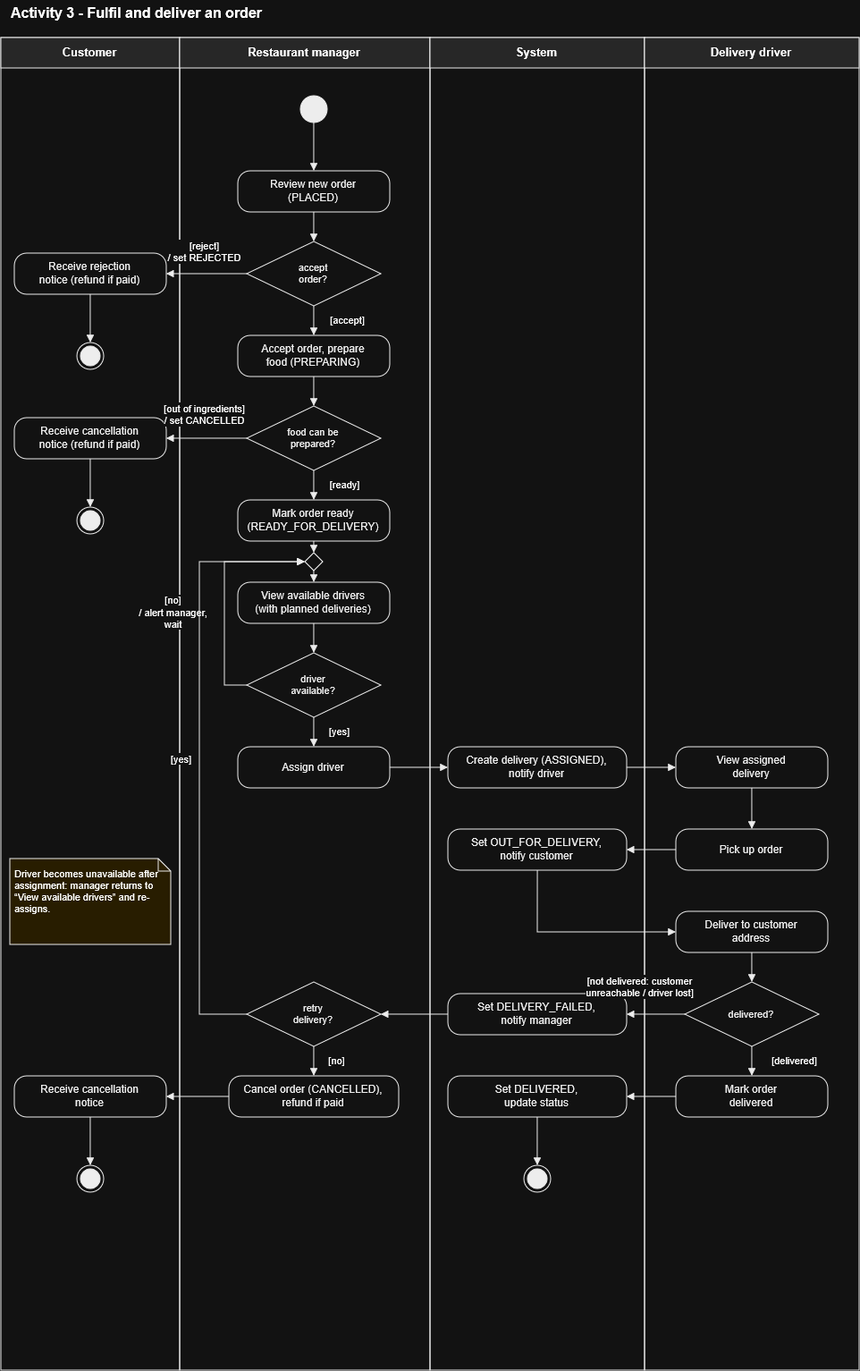
Earlier version of the draw.io export Activity Diagrams/Activity_3_Fulfil_and_deliver_order.png (Lukap42/SWE1_Project). Source tidied: cells renumbered, new cells last; positions are measured from the earlier drawing's top-left corner, leaving out a move shared by most shapes.
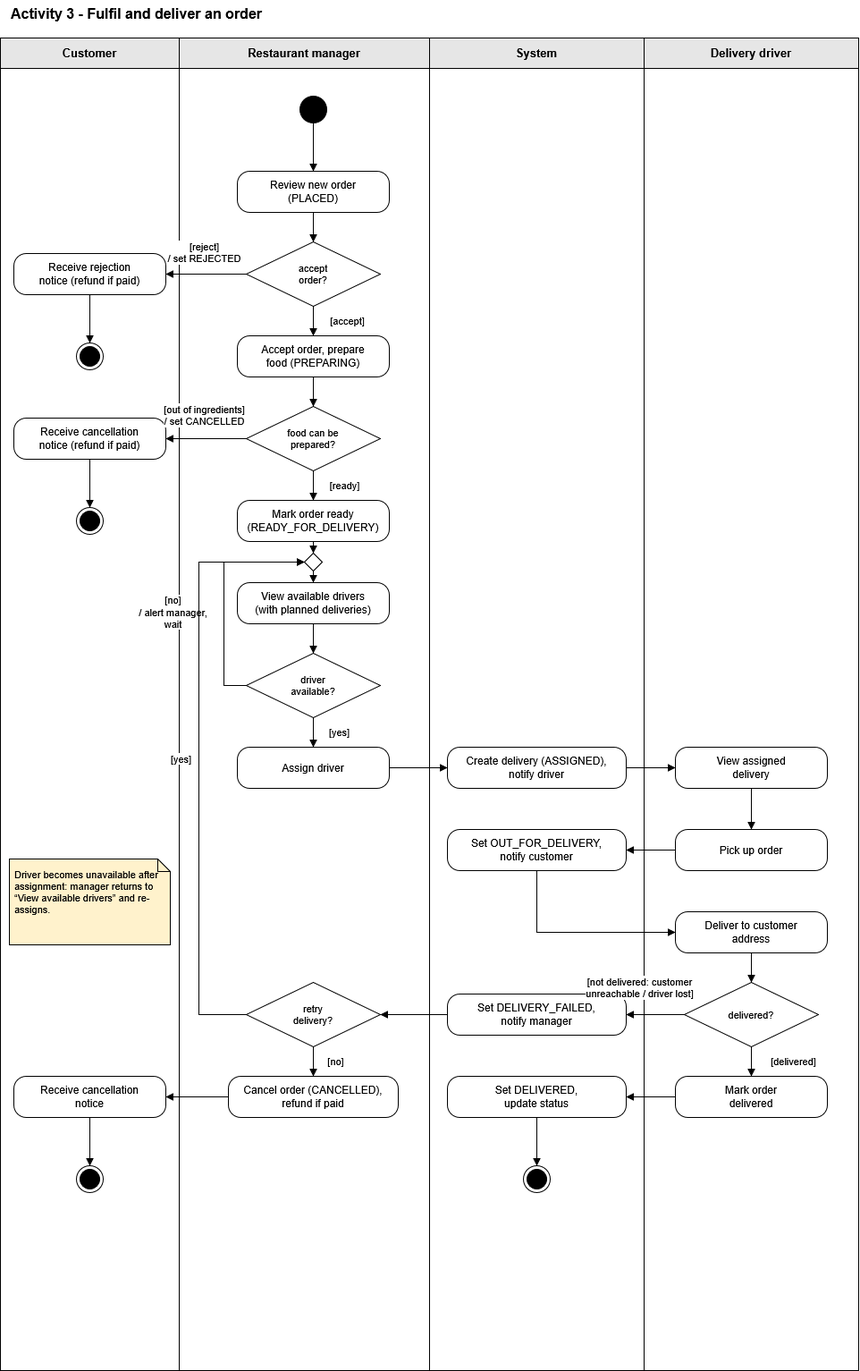
The same diagram one commit later.

Change to the diagram source:
```diff
@@ -5,36 +5,36 @@
     <mxCell id="2" value="Activity 3 - Fulfil and deliver an order" style="text;html=1;align=left;verticalAlign=middle;fontSize=16;fontStyle=1;" parent="1" vertex="1">
       <mxGeometry x="10.4" y="0.5" width="700" height="30" as="geometry" />
     </mxCell>
-    <mxCell id="3" style="rounded=0;whiteSpace=wrap;html=1;fillColor=none;strokeColor=#000000;" parent="1" vertex="1">
-      <mxGeometry x="0.4" y="42.5" width="200" height="1490" as="geometry" />
-    </mxCell>
+    <mxCell id="69" style="rounded=0;whiteSpace=wrap;html=1;fillColor=none;strokeColor=#000000;" parent="1" vertex="1">
+      <mxGeometry x="0.4" y="42.5" width="200" height="1490" as="geometry" />
+    </mxCell>
     <mxCell id="4" value="Customer" style="rounded=0;whiteSpace=wrap;html=1;fillColor=#E6E6E6;strokeColor=#000000;fontStyle=1;fontSize=13;" parent="1" vertex="1">
       <mxGeometry x="0.4" y="42.5" width="200" height="34" as="geometry" />
     </mxCell>
-    <mxCell id="5" style="rounded=0;whiteSpace=wrap;html=1;fillColor=none;strokeColor=#000000;" parent="1" vertex="1">
-      <mxGeometry x="200.4" y="42.5" width="280" height="1490" as="geometry" />
-    </mxCell>
+    <mxCell id="70" style="rounded=0;whiteSpace=wrap;html=1;fillColor=none;strokeColor=#000000;" parent="1" vertex="1">
+      <mxGeometry x="200.4" y="42.5" width="280" height="1490" as="geometry" />
+    </mxCell>
     <mxCell id="6" value="Restaurant manager" style="rounded=0;whiteSpace=wrap;html=1;fillColor=#E6E6E6;strokeColor=#000000;fontStyle=1;fontSize=13;" parent="1" vertex="1">
       <mxGeometry x="200.4" y="42.5" width="280" height="34" as="geometry" />
     </mxCell>
-    <mxCell id="7" style="rounded=0;whiteSpace=wrap;html=1;fillColor=none;strokeColor=#000000;" parent="1" vertex="1">
-      <mxGeometry x="480.4" y="42.5" width="240" height="1490" as="geometry" />
-    </mxCell>
+    <mxCell id="71" style="rounded=0;whiteSpace=wrap;html=1;fillColor=none;strokeColor=#000000;" parent="1" vertex="1">
+      <mxGeometry x="480.4" y="42.5" width="240" height="1490" as="geometry" />
+    </mxCell>
     <mxCell id="8" value="System" style="rounded=0;whiteSpace=wrap;html=1;fillColor=#E6E6E6;strokeColor=#000000;fontStyle=1;fontSize=13;" parent="1" vertex="1">
       <mxGeometry x="480.4" y="42.5" width="240" height="34" as="geometry" />
     </mxCell>
-    <mxCell id="9" style="rounded=0;whiteSpace=wrap;html=1;fillColor=none;strokeColor=#000000;" parent="1" vertex="1">
-      <mxGeometry x="720.4" y="42.5" width="240" height="1490" as="geometry" />
-    </mxCell>
+    <mxCell id="72" style="rounded=0;whiteSpace=wrap;html=1;fillColor=none;strokeColor=#000000;" parent="1" vertex="1">
+      <mxGeometry x="720.4" y="42.5" width="240" height="1490" as="geometry" />
+    </mxCell>
     <mxCell id="10" value="Delivery driver" style="rounded=0;whiteSpace=wrap;html=1;fillColor=#E6E6E6;strokeColor=#000000;fontStyle=1;fontSize=13;" parent="1" vertex="1">
       <mxGeometry x="720.4" y="42.5" width="240" height="34" as="geometry" />
     </mxCell>
     <mxCell id="11" value="Driver becomes unavailable after assignment: manager returns to “View available drivers” and re-assigns." style="shape=note;whiteSpace=wrap;html=1;align=left;verticalAlign=top;spacing=6;fontSize=11;fillColor=#FFF2CC;strokeColor=#000000;size=14;" parent="1" vertex="1">
       <mxGeometry x="10.4" y="960.5" width="180" height="96" as="geometry" />
     </mxCell>
-    <mxCell id="12" style="ellipse;html=1;fillColor=#000000;strokeColor=#000000;" parent="1" vertex="1">
-      <mxGeometry x="335.4" y="107.5" width="30" height="30" as="geometry" />
-    </mxCell>
+    <mxCell id="73" style="ellipse;html=1;fillColor=#000000;strokeColor=#000000;" parent="1" vertex="1">
+      <mxGeometry x="335.4" y="107.5" width="30" height="30" as="geometry" />
+    </mxCell>
     <mxCell id="13" value="Review new order&lt;br&gt;(PLACED)" style="rounded=1;arcSize=30;whiteSpace=wrap;html=1;fillColor=#FFFFFF;strokeColor=#000000;fontColor=#000000;fontSize=12;" parent="1" vertex="1">
       <mxGeometry x="265.4" y="191.5" width="170" height="46" as="geometry" />
     </mxCell>
@@ -44,9 +44,9 @@
     <mxCell id="15" value="Receive rejection&lt;br&gt;notice (refund if paid)" style="rounded=1;arcSize=30;whiteSpace=wrap;html=1;fillColor=#FFFFFF;strokeColor=#000000;fontColor=#000000;fontSize=12;" parent="1" vertex="1">
       <mxGeometry x="15.4" y="283.5" width="170" height="46" as="geometry" />
     </mxCell>
-    <mxCell id="16" style="ellipse;html=1;shape=endState;fillColor=#000000;strokeColor=#000000;" parent="1" vertex="1">
-      <mxGeometry x="85.4" y="383.5" width="30" height="30" as="geometry" />
-    </mxCell>
+    <mxCell id="74" style="ellipse;html=1;shape=endState;fillColor=#000000;strokeColor=#000000;" parent="1" vertex="1">
+      <mxGeometry x="85.4" y="383.5" width="30" height="30" as="geometry" />
+    </mxCell>
     <mxCell id="17" value="Accept order, prepare&lt;br&gt;food (PREPARING)" style="rounded=1;arcSize=30;whiteSpace=wrap;html=1;fillColor=#FFFFFF;strokeColor=#000000;fontColor=#000000;fontSize=12;" parent="1" vertex="1">
       <mxGeometry x="265.4" y="375.5" width="170" height="46" as="geometry" />
     </mxCell>
@@ -56,9 +56,9 @@
     <mxCell id="19" value="Receive cancellation&lt;br&gt;notice (refund if paid)" style="rounded=1;arcSize=30;whiteSpace=wrap;html=1;fillColor=#FFFFFF;strokeColor=#000000;fontColor=#000000;fontSize=12;" parent="1" vertex="1">
       <mxGeometry x="15.4" y="467.5" width="170" height="46" as="geometry" />
     </mxCell>
-    <mxCell id="20" style="ellipse;html=1;shape=endState;fillColor=#000000;strokeColor=#000000;" parent="1" vertex="1">
-      <mxGeometry x="85.4" y="567.5" width="30" height="30" as="geometry" />
-    </mxCell>
+    <mxCell id="75" style="ellipse;html=1;shape=endState;fillColor=#000000;strokeColor=#000000;" parent="1" vertex="1">
+      <mxGeometry x="85.4" y="567.5" width="30" height="30" as="geometry" />
+    </mxCell>
     <mxCell id="21" value="Mark order ready&lt;br&gt;(READY_FOR_DELIVERY)" style="rounded=1;arcSize=30;whiteSpace=wrap;html=1;fillColor=#FFFFFF;strokeColor=#000000;fontColor=#000000;fontSize=12;" parent="1" vertex="1">
       <mxGeometry x="265.4" y="559.5" width="170" height="46" as="geometry" />
     </mxCell>
@@ -95,9 +95,9 @@
     <mxCell id="32" value="Set DELIVERED,&lt;br&gt;update status" style="rounded=1;arcSize=30;whiteSpace=wrap;html=1;fillColor=#FFFFFF;strokeColor=#000000;fontColor=#000000;fontSize=12;" parent="1" vertex="1">
       <mxGeometry x="500.4" y="1203.5" width="200" height="46" as="geometry" />
     </mxCell>
-    <mxCell id="33" style="ellipse;html=1;shape=endState;fillColor=#000000;strokeColor=#000000;" parent="1" vertex="1">
-      <mxGeometry x="585.4" y="1303.5" width="30" height="30" as="geometry" />
-    </mxCell>
+    <mxCell id="76" style="ellipse;html=1;shape=endState;fillColor=#000000;strokeColor=#000000;" parent="1" vertex="1">
+      <mxGeometry x="585.4" y="1303.5" width="30" height="30" as="geometry" />
+    </mxCell>
     <mxCell id="34" value="Set DELIVERY_FAILED,&lt;br&gt;notify manager" style="rounded=1;arcSize=30;whiteSpace=wrap;html=1;fillColor=#FFFFFF;strokeColor=#000000;fontColor=#000000;fontSize=12;" parent="1" vertex="1">
       <mxGeometry x="500.4" y="1111.5" width="200" height="46" as="geometry" />
     </mxCell>
@@ -110,12 +110,12 @@
     <mxCell id="37" value="Receive cancellation&lt;br&gt;notice" style="rounded=1;arcSize=30;whiteSpace=wrap;html=1;fillColor=#FFFFFF;strokeColor=#000000;fontColor=#000000;fontSize=12;" parent="1" vertex="1">
       <mxGeometry x="15.4" y="1203.5" width="170" height="46" as="geometry" />
     </mxCell>
-    <mxCell id="38" style="ellipse;html=1;shape=endState;fillColor=#000000;strokeColor=#000000;" parent="1" vertex="1">
-      <mxGeometry x="85.4" y="1303.5" width="30" height="30" as="geometry" />
-    </mxCell>
-    <mxCell id="39" style="edgeStyle=orthogonalEdgeStyle;rounded=0;html=1;jettySize=auto;strokeColor=#000000;endArrow=block;endFill=1;fontSize=11;labelBackgroundColor=#FFFFFF;exitX=0.5000;exitY=1.0000;exitDx=0;exitDy=0;entryX=0.5000;entryY=0.0000;entryDx=0;entryDy=0;" parent="1" edge="1" source="12" target="13">
-      <mxGeometry relative="1" as="geometry" />
-    </mxCell>
+    <mxCell id="77" style="ellipse;html=1;shape=endState;fillColor=#000000;strokeColor=#000000;" parent="1" vertex="1">
+      <mxGeometry x="85.4" y="1303.5" width="30" height="30" as="geometry" />
+    </mxCell>
+    <mxCell id="78" style="edgeStyle=orthogonalEdgeStyle;rounded=0;html=1;jettySize=auto;strokeColor=#000000;endArrow=block;endFill=1;fontSize=11;labelBackgroundColor=#FFFFFF;exitX=0.5000;exitY=1.0000;exitDx=0;exitDy=0;entryX=0.5000;entryY=0.0000;entryDx=0;entryDy=0;" parent="1" edge="1" source="73" target="13">
+      <mxGeometry relative="1" as="geometry" />
+    </mxCell>
     <mxCell id="40" style="edgeStyle=orthogonalEdgeStyle;rounded=0;html=1;jettySize=auto;strokeColor=#000000;endArrow=block;endFill=1;fontSize=11;labelBackgroundColor=#FFFFFF;exitX=0.5000;exitY=1.0000;exitDx=0;exitDy=0;entryX=0.5000;entryY=0.0000;entryDx=0;entryDy=0;" parent="1" edge="1" source="13" target="14">
       <mxGeometry relative="1" as="geometry" />
     </mxCell>
@@ -124,9 +124,9 @@
         <mxPoint y="-24" as="offset" />
       </mxGeometry>
     </mxCell>
-    <mxCell id="42" style="edgeStyle=orthogonalEdgeStyle;rounded=0;html=1;jettySize=auto;strokeColor=#000000;endArrow=block;endFill=1;fontSize=11;labelBackgroundColor=#FFFFFF;exitX=0.5000;exitY=1.0000;exitDx=0;exitDy=0;entryX=0.5000;entryY=0.0000;entryDx=0;entryDy=0;" parent="1" edge="1" source="15" target="16">
-      <mxGeometry relative="1" as="geometry" />
-    </mxCell>
+    <mxCell id="79" style="edgeStyle=orthogonalEdgeStyle;rounded=0;html=1;jettySize=auto;strokeColor=#000000;endArrow=block;endFill=1;fontSize=11;labelBackgroundColor=#FFFFFF;exitX=0.5000;exitY=1.0000;exitDx=0;exitDy=0;entryX=0.5000;entryY=0.0000;entryDx=0;entryDy=0;" parent="1" edge="1" source="15" target="74">
+      <mxGeometry relative="1" as="geometry" />
+    </mxCell>
     <mxCell id="43" value="[accept]" style="edgeStyle=orthogonalEdgeStyle;rounded=0;html=1;jettySize=auto;strokeColor=#000000;endArrow=block;endFill=1;fontSize=11;labelBackgroundColor=#FFFFFF;exitX=0.5000;exitY=1.0000;exitDx=0;exitDy=0;entryX=0.5000;entryY=0.0000;entryDx=0;entryDy=0;" parent="1" edge="1" source="14" target="17">
       <mxGeometry x="-0.06" relative="1" as="geometry">
         <mxPoint x="37.8" as="offset" />
@@ -140,21 +140,21 @@
         <mxPoint y="-26" as="offset" />
       </mxGeometry>
     </mxCell>
-    <mxCell id="46" style="edgeStyle=orthogonalEdgeStyle;rounded=0;html=1;jettySize=auto;strokeColor=#000000;endArrow=block;endFill=1;fontSize=11;labelBackgroundColor=#FFFFFF;exitX=0.5000;exitY=1.0000;exitDx=0;exitDy=0;entryX=0.5000;entryY=0.0000;entryDx=0;entryDy=0;" parent="1" edge="1" source="19" target="20">
-      <mxGeometry relative="1" as="geometry" />
-    </mxCell>
+    <mxCell id="80" style="edgeStyle=orthogonalEdgeStyle;rounded=0;html=1;jettySize=auto;strokeColor=#000000;endArrow=block;endFill=1;fontSize=11;labelBackgroundColor=#FFFFFF;exitX=0.5000;exitY=1.0000;exitDx=0;exitDy=0;entryX=0.5000;entryY=0.0000;entryDx=0;entryDy=0;" parent="1" edge="1" source="19" target="75">
+      <mxGeometry relative="1" as="geometry" />
+    </mxCell>
     <mxCell id="47" value="[ready]" style="edgeStyle=orthogonalEdgeStyle;rounded=0;html=1;jettySize=auto;strokeColor=#000000;endArrow=block;endFill=1;fontSize=11;labelBackgroundColor=#FFFFFF;exitX=0.5000;exitY=1.0000;exitDx=0;exitDy=0;entryX=0.5000;entryY=0.0000;entryDx=0;entryDy=0;" parent="1" edge="1" source="18" target="21">
       <mxGeometry x="-0.06" relative="1" as="geometry">
         <mxPoint x="34.7" as="offset" />
       </mxGeometry>
     </mxCell>
-    <mxCell id="48" style="edgeStyle=orthogonalEdgeStyle;rounded=0;html=1;jettySize=auto;strokeColor=#000000;endArrow=block;endFill=1;fontSize=11;labelBackgroundColor=#FFFFFF;exitX=0.5;exitY=1;entryX=0.5;entryY=0;" parent="1" edge="1" source="21" target="67">
-      <mxGeometry relative="1" as="geometry" />
-    </mxCell>
+    <mxCell id="81" style="edgeStyle=orthogonalEdgeStyle;rounded=0;html=1;jettySize=auto;strokeColor=#000000;endArrow=block;endFill=1;fontSize=11;labelBackgroundColor=#FFFFFF;exitX=0.5;exitY=1;entryX=0.5;entryY=0;" parent="1" edge="1" source="21" target="84">
+      <mxGeometry relative="1" as="geometry" />
+    </mxCell>
     <mxCell id="49" style="edgeStyle=orthogonalEdgeStyle;rounded=0;html=1;jettySize=auto;strokeColor=#000000;endArrow=block;endFill=1;fontSize=11;labelBackgroundColor=#FFFFFF;exitX=0.5000;exitY=1.0000;exitDx=0;exitDy=0;entryX=0.5000;entryY=0.0000;entryDx=0;entryDy=0;" parent="1" edge="1" source="22" target="23">
       <mxGeometry relative="1" as="geometry" />
     </mxCell>
-    <mxCell id="50" value="[no]&lt;br&gt;/ alert manager,&lt;br&gt;wait" style="edgeStyle=orthogonalEdgeStyle;rounded=0;html=1;jettySize=auto;strokeColor=#000000;endArrow=block;endFill=1;fontSize=11;labelBackgroundColor=#FFFFFF;exitX=0;exitY=0.5;entryX=0;entryY=0.5;" parent="1" edge="1" source="23" target="67">
+    <mxCell id="50" value="[no]&lt;br&gt;/ alert manager,&lt;br&gt;wait" style="edgeStyle=orthogonalEdgeStyle;rounded=0;html=1;jettySize=auto;strokeColor=#000000;endArrow=block;endFill=1;fontSize=11;labelBackgroundColor=#FFFFFF;exitX=0;exitY=0.5;entryX=0;entryY=0.5;" parent="1" edge="1" source="23" target="84">
       <mxGeometry relative="1" as="geometry">
         <Array as="points">
           <mxPoint x="250.4" y="766.5" />
@@ -198,9 +198,9 @@
     <mxCell id="59" style="edgeStyle=orthogonalEdgeStyle;rounded=0;html=1;jettySize=auto;strokeColor=#000000;endArrow=block;endFill=1;fontSize=11;labelBackgroundColor=#FFFFFF;exitX=0.0000;exitY=0.5000;exitDx=0;exitDy=0;entryX=1.0000;entryY=0.5000;entryDx=0;entryDy=0;" parent="1" edge="1" source="31" target="32">
       <mxGeometry relative="1" as="geometry" />
     </mxCell>
-    <mxCell id="60" style="edgeStyle=orthogonalEdgeStyle;rounded=0;html=1;jettySize=auto;strokeColor=#000000;endArrow=block;endFill=1;fontSize=11;labelBackgroundColor=#FFFFFF;exitX=0.5000;exitY=1.0000;exitDx=0;exitDy=0;entryX=0.5000;entryY=0.0000;entryDx=0;entryDy=0;" parent="1" edge="1" source="32" target="33">
-      <mxGeometry relative="1" as="geometry" />
-    </mxCell>
+    <mxCell id="82" style="edgeStyle=orthogonalEdgeStyle;rounded=0;html=1;jettySize=auto;strokeColor=#000000;endArrow=block;endFill=1;fontSize=11;labelBackgroundColor=#FFFFFF;exitX=0.5000;exitY=1.0000;exitDx=0;exitDy=0;entryX=0.5000;entryY=0.0000;entryDx=0;entryDy=0;" parent="1" edge="1" source="32" target="76">
+      <mxGeometry relative="1" as="geometry" />
+    </mxCell>
     <mxCell id="61" value="[not delivered: customer&lt;br&gt;unreachable / driver lost]" style="edgeStyle=orthogonalEdgeStyle;rounded=0;html=1;jettySize=auto;strokeColor=#000000;endArrow=block;endFill=1;fontSize=11;labelBackgroundColor=#FFFFFF;exitX=0.0000;exitY=0.5000;exitDx=0;exitDy=0;entryX=1.0000;entryY=0.5000;entryDx=0;entryDy=0;" parent="1" edge="1" source="30" target="34">
       <mxGeometry x="0.54" relative="1" as="geometry">
         <mxPoint y="-30" as="offset" />
@@ -209,7 +209,7 @@
     <mxCell id="62" style="edgeStyle=orthogonalEdgeStyle;rounded=0;html=1;jettySize=auto;strokeColor=#000000;endArrow=block;endFill=1;fontSize=11;labelBackgroundColor=#FFFFFF;exitX=0.0000;exitY=0.5000;exitDx=0;exitDy=0;entryX=1.0000;entryY=0.5000;entryDx=0;entryDy=0;" parent="1" edge="1" source="34" target="35">
       <mxGeometry relative="1" as="geometry" />
     </mxCell>
-    <mxCell id="63" value="[yes]" style="edgeStyle=orthogonalEdgeStyle;rounded=0;html=1;jettySize=auto;strokeColor=#000000;endArrow=block;endFill=1;fontSize=11;labelBackgroundColor=#FFFFFF;exitX=0;exitY=0.5;entryX=0;entryY=0.5;" parent="1" edge="1" source="35" target="67">
+    <mxCell id="63" value="[yes]" style="edgeStyle=orthogonalEdgeStyle;rounded=0;html=1;jettySize=auto;strokeColor=#000000;endArrow=block;endFill=1;fontSize=11;labelBackgroundColor=#FFFFFF;exitX=0;exitY=0.5;entryX=0;entryY=0.5;" parent="1" edge="1" source="35" target="84">
       <mxGeometry relative="1" as="geometry">
         <Array as="points">
           <mxPoint x="222.4" y="1134.5" />
@@ -226,14 +226,14 @@
     <mxCell id="65" style="edgeStyle=orthogonalEdgeStyle;rounded=0;html=1;jettySize=auto;strokeColor=#000000;endArrow=block;endFill=1;fontSize=11;labelBackgroundColor=#FFFFFF;exitX=0.0000;exitY=0.5000;exitDx=0;exitDy=0;entryX=1.0000;entryY=0.5000;entryDx=0;entryDy=0;" parent="1" edge="1" source="36" target="37">
       <mxGeometry relative="1" as="geometry" />
     </mxCell>
-    <mxCell id="66" style="edgeStyle=orthogonalEdgeStyle;rounded=0;html=1;jettySize=auto;strokeColor=#000000;endArrow=block;endFill=1;fontSize=11;labelBackgroundColor=#FFFFFF;exitX=0.5000;exitY=1.0000;exitDx=0;exitDy=0;entryX=0.5000;entryY=0.0000;entryDx=0;entryDy=0;" parent="1" edge="1" source="37" target="38">
-      <mxGeometry relative="1" as="geometry" />
-    </mxCell>
-    <mxCell id="67" style="rhombus;whiteSpace=wrap;html=1;fillColor=#FFFFFF;strokeColor=#000000;fontColor=#000000;fontSize=11;" parent="1" vertex="1">
-      <mxGeometry x="340.4" y="618.5" width="20" height="20" as="geometry" />
-    </mxCell>
-    <mxCell id="68" style="edgeStyle=orthogonalEdgeStyle;rounded=0;html=1;jettySize=auto;strokeColor=#000000;endArrow=block;endFill=1;fontSize=11;labelBackgroundColor=#FFFFFF;exitX=0.5;exitY=1;entryX=0.5;entryY=0;" parent="1" edge="1" source="67" target="22">
-      <mxGeometry relative="1" as="geometry" />
-    </mxCell>
+    <mxCell id="83" style="edgeStyle=orthogonalEdgeStyle;rounded=0;html=1;jettySize=auto;strokeColor=#000000;endArrow=block;endFill=1;fontSize=11;labelBackgroundColor=#FFFFFF;exitX=0.5000;exitY=1.0000;exitDx=0;exitDy=0;entryX=0.5000;entryY=0.0000;entryDx=0;entryDy=0;" parent="1" edge="1" source="37" target="77">
+      <mxGeometry relative="1" as="geometry" />
+    </mxCell>
+    <mxCell id="84" style="rhombus;whiteSpace=wrap;html=1;fillColor=#FFFFFF;strokeColor=#000000;fontColor=#000000;fontSize=11;" parent="1" vertex="1">
+      <mxGeometry x="340.4" y="618.5" width="20" height="20" as="geometry" />
+    </mxCell>
+    <mxCell id="85" style="edgeStyle=orthogonalEdgeStyle;rounded=0;html=1;jettySize=auto;strokeColor=#000000;endArrow=block;endFill=1;fontSize=11;labelBackgroundColor=#FFFFFF;exitX=0.5;exitY=1;entryX=0.5;entryY=0;" parent="1" edge="1" source="84" target="22">
+      <mxGeometry relative="1" as="geometry" />
+    </mxCell>
   </root>
 </mxGraphModel>
```
